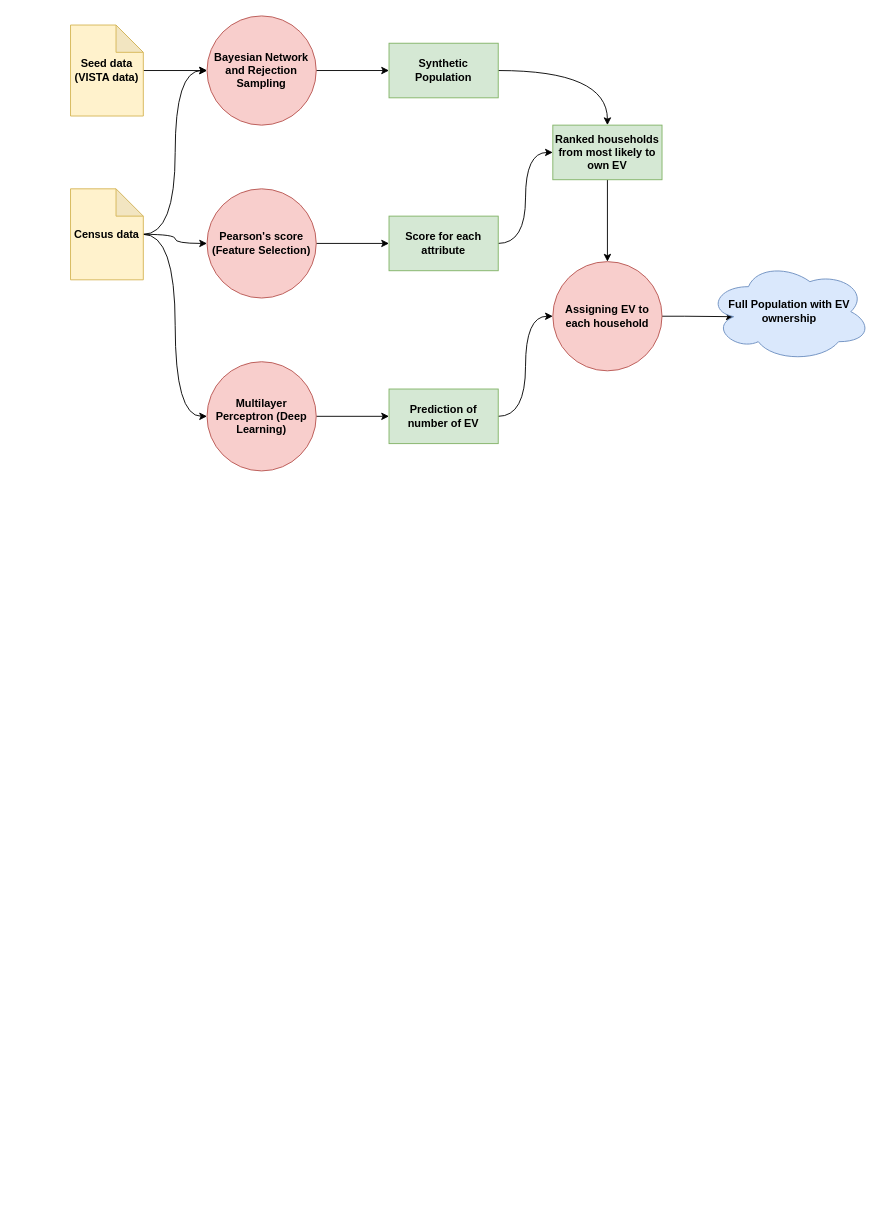
bobkatla/PopSyn_Monash keeps this draw.io diagram as PopSynthesis/Benchmark/plotland/aitpm_conf.drawio. Above is the earlier version. Source tidied: cells renumbered, new cells numbered last; positions are measured from the earlier drawing's top-left corner, leaving out a move shared by most shapes. Both pictures are drawn from the tidied source at 91%, with x=0, y=0 at pixel (70, 15).
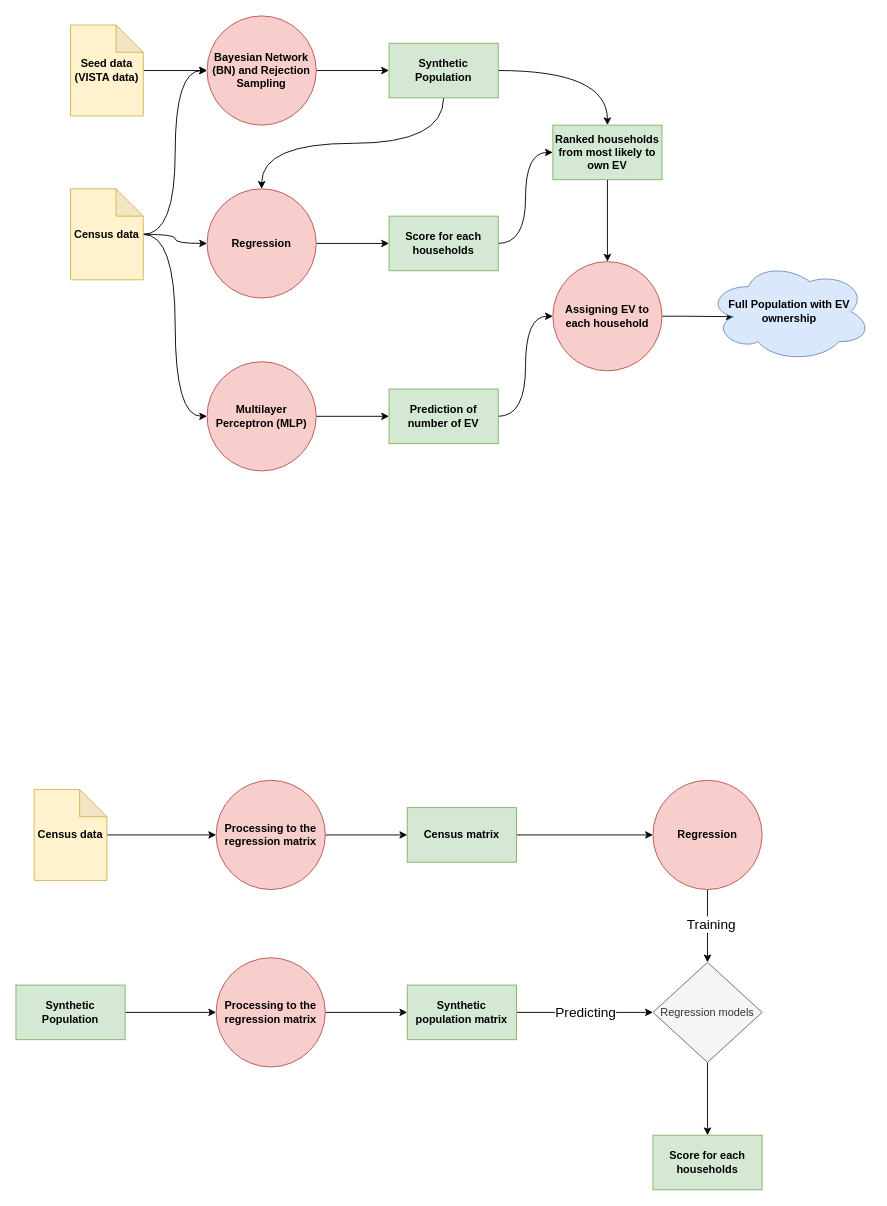
The same page after the edit.

The change refers to these unchanged cells:
```xml
<mxCell id="11" value="&lt;b&gt;Synthetic Population&lt;/b&gt;" style="rounded=0;whiteSpace=wrap;html=1;fillColor=#d5e8d4;strokeColor=#82b366;" parent="1" vertex="1">
  <mxGeometry x="350" y="30" width="120" height="60" as="geometry" />
</mxCell>
```

Diff of the diagram source:
```diff
@@
-    <mxCell id="9" value="&lt;b&gt;Bayesian Network and Rejection Sampling&lt;/b&gt;" style="ellipse;whiteSpace=wrap;html=1;fillColor=#f8cecc;strokeColor=#b85450;" parent="1" vertex="1">
+    <mxCell id="9" value="&lt;b&gt;Bayesian Network (BN) and Rejection Sampling&lt;/b&gt;" style="ellipse;whiteSpace=wrap;html=1;fillColor=#f8cecc;strokeColor=#b85450;" parent="1" vertex="1">
       <mxGeometry x="150" width="120" height="120" as="geometry" />
     </mxCell>
@@
+    <mxCell id="25" style="edgeStyle=orthogonalEdgeStyle;rounded=0;jettySize=auto;html=1;curved=1;" parent="1" edge="1" source="11" target="15">
+      <mxGeometry relative="1" as="geometry">
+        <Array as="points">
+          <mxPoint x="410" y="140" />
+          <mxPoint x="210" y="140" />
+        </Array>
+      </mxGeometry>
+    </mxCell>
@@
-    <mxCell id="13" value="&lt;b&gt;Multilayer Perceptron (Deep Learning)&lt;/b&gt;" style="ellipse;whiteSpace=wrap;html=1;fillColor=#f8cecc;strokeColor=#b85450;" parent="1" vertex="1">
+    <mxCell id="13" value="&lt;b&gt;Multilayer Perceptron (MLP)&lt;/b&gt;" style="ellipse;whiteSpace=wrap;html=1;fillColor=#f8cecc;strokeColor=#b85450;" parent="1" vertex="1">
       <mxGeometry x="150" y="380" width="120" height="120" as="geometry" />
     </mxCell>
@@
-    <mxCell id="15" value="&lt;b&gt;Pearson's score (Feature Selection)&lt;/b&gt;" style="ellipse;whiteSpace=wrap;html=1;fillColor=#f8cecc;strokeColor=#b85450;" parent="1" vertex="1">
+    <mxCell id="15" value="&lt;b&gt;Regression&lt;/b&gt;" style="ellipse;whiteSpace=wrap;html=1;fillColor=#f8cecc;strokeColor=#b85450;" parent="1" vertex="1">
       <mxGeometry x="150" y="190" width="120" height="120" as="geometry" />
     </mxCell>
@@
-    <mxCell id="19" value="&lt;b&gt;Score for each attribute&lt;/b&gt;" style="rounded=0;whiteSpace=wrap;html=1;fillColor=#d5e8d4;strokeColor=#82b366;" parent="1" vertex="1">
+    <mxCell id="19" value="&lt;b&gt;Score for each households&lt;/b&gt;" style="rounded=0;whiteSpace=wrap;html=1;fillColor=#d5e8d4;strokeColor=#82b366;" parent="1" vertex="1">
       <mxGeometry x="350" y="220" width="120" height="60" as="geometry" />
     </mxCell>
@@
+    <mxCell id="26" style="edgeStyle=orthogonalEdgeStyle;rounded=0;jettySize=auto;html=1;entryX=0;entryY=0.5;entryDx=0;entryDy=0;" parent="1" edge="1" source="27" target="29">
+      <mxGeometry relative="1" as="geometry" />
+    </mxCell>
+    <mxCell id="27" value="&lt;b&gt;Census data&lt;/b&gt;" style="shape=note;whiteSpace=wrap;html=1;backgroundOutline=1;darkOpacity=0.05;fillColor=#fff2cc;strokeColor=#d6b656;" parent="1" vertex="1">
+      <mxGeometry x="-40" y="850" width="80" height="100" as="geometry" />
+    </mxCell>
+    <mxCell id="28" style="edgeStyle=orthogonalEdgeStyle;rounded=0;jettySize=auto;html=1;entryX=0;entryY=0.5;entryDx=0;entryDy=0;" parent="1" edge="1" source="29" target="33">
+      <mxGeometry relative="1" as="geometry" />
+    </mxCell>
+    <mxCell id="29" value="&lt;b&gt;Processing to the regression matrix&lt;/b&gt;" style="ellipse;whiteSpace=wrap;html=1;fillColor=#f8cecc;strokeColor=#b85450;" parent="1" vertex="1">
+      <mxGeometry x="160" y="840" width="120" height="120" as="geometry" />
+    </mxCell>
+    <mxCell id="30" style="edgeStyle=orthogonalEdgeStyle;rounded=0;jettySize=auto;html=1;entryX=0;entryY=0.5;entryDx=0;entryDy=0;" parent="1" edge="1" source="31" target="35">
+      <mxGeometry relative="1" as="geometry" />
+    </mxCell>
+    <mxCell id="31" value="&lt;b&gt;Synthetic Population&lt;/b&gt;" style="rounded=0;whiteSpace=wrap;html=1;fillColor=#d5e8d4;strokeColor=#82b366;" parent="1" vertex="1">
+      <mxGeometry x="-60" y="1065" width="120" height="60" as="geometry" />
+    </mxCell>
+    <mxCell id="32" style="edgeStyle=orthogonalEdgeStyle;rounded=0;jettySize=auto;html=1;" parent="1" edge="1" source="33" target="41">
+      <mxGeometry relative="1" as="geometry" />
+    </mxCell>
+    <mxCell id="33" value="&lt;b&gt;Census matrix&lt;/b&gt;" style="rounded=0;whiteSpace=wrap;html=1;fillColor=#d5e8d4;strokeColor=#82b366;" parent="1" vertex="1">
+      <mxGeometry x="370" y="870" width="120" height="60" as="geometry" />
+    </mxCell>
+    <mxCell id="34" style="edgeStyle=orthogonalEdgeStyle;rounded=0;jettySize=auto;html=1;entryX=0;entryY=0.5;entryDx=0;entryDy=0;" parent="1" edge="1" source="35" target="38">
+      <mxGeometry relative="1" as="geometry" />
+    </mxCell>
+    <mxCell id="35" value="&lt;b&gt;Processing to the regression matrix&lt;/b&gt;" style="ellipse;whiteSpace=wrap;html=1;fillColor=#f8cecc;strokeColor=#b85450;" parent="1" vertex="1">
+      <mxGeometry x="160" y="1035" width="120" height="120" as="geometry" />
+    </mxCell>
+    <mxCell id="36" style="edgeStyle=orthogonalEdgeStyle;rounded=0;jettySize=auto;html=1;" parent="1" edge="1" source="38" target="43">
+      <mxGeometry relative="1" as="geometry" />
+    </mxCell>
+    <mxCell id="37" value="&lt;font style=&quot;font-size: 15px;&quot;&gt;Predicting&lt;/font&gt;" style="edgeLabel;html=1;align=center;verticalAlign=middle;" parent="36" vertex="1">
+      <mxGeometry y="1" relative="1" as="geometry" />
+    </mxCell>
+    <mxCell id="38" value="&lt;b&gt;Synthetic population matrix&lt;/b&gt;" style="rounded=0;whiteSpace=wrap;html=1;fillColor=#d5e8d4;strokeColor=#82b366;" parent="1" vertex="1">
+      <mxGeometry x="370" y="1065" width="120" height="60" as="geometry" />
+    </mxCell>
+    <mxCell id="39" style="edgeStyle=orthogonalEdgeStyle;rounded=0;jettySize=auto;html=1;entryX=0.5;entryY=0;entryDx=0;entryDy=0;" parent="1" edge="1" source="41" target="43">
+      <mxGeometry relative="1" as="geometry" />
+    </mxCell>
+    <mxCell id="40" value="&lt;font style=&quot;font-size: 15px;&quot;&gt;Training&lt;/font&gt;" style="edgeLabel;html=1;align=center;verticalAlign=middle;" parent="39" vertex="1">
+      <mxGeometry x="-0.07" y="3" relative="1" as="geometry" />
+    </mxCell>
+    <mxCell id="41" value="&lt;b&gt;Regression&lt;/b&gt;" style="ellipse;whiteSpace=wrap;html=1;fillColor=#f8cecc;strokeColor=#b85450;" parent="1" vertex="1">
+      <mxGeometry x="640" y="840" width="120" height="120" as="geometry" />
+    </mxCell>
+    <mxCell id="42" style="edgeStyle=orthogonalEdgeStyle;rounded=0;jettySize=auto;html=1;" parent="1" edge="1" source="43" target="44">
+      <mxGeometry relative="1" as="geometry" />
+    </mxCell>
+    <mxCell id="43" value="Regression models" style="rhombus;whiteSpace=wrap;html=1;fillColor=#f5f5f5;strokeColor=#666666;fontColor=#333333;" parent="1" vertex="1">
+      <mxGeometry x="640" y="1040" width="120" height="110" as="geometry" />
+    </mxCell>
+    <mxCell id="44" value="&lt;b&gt;Score for each households&lt;/b&gt;" style="rounded=0;whiteSpace=wrap;html=1;fillColor=#d5e8d4;strokeColor=#82b366;" parent="1" vertex="1">
+      <mxGeometry x="640" y="1230" width="120" height="60" as="geometry" />
+    </mxCell>
```
